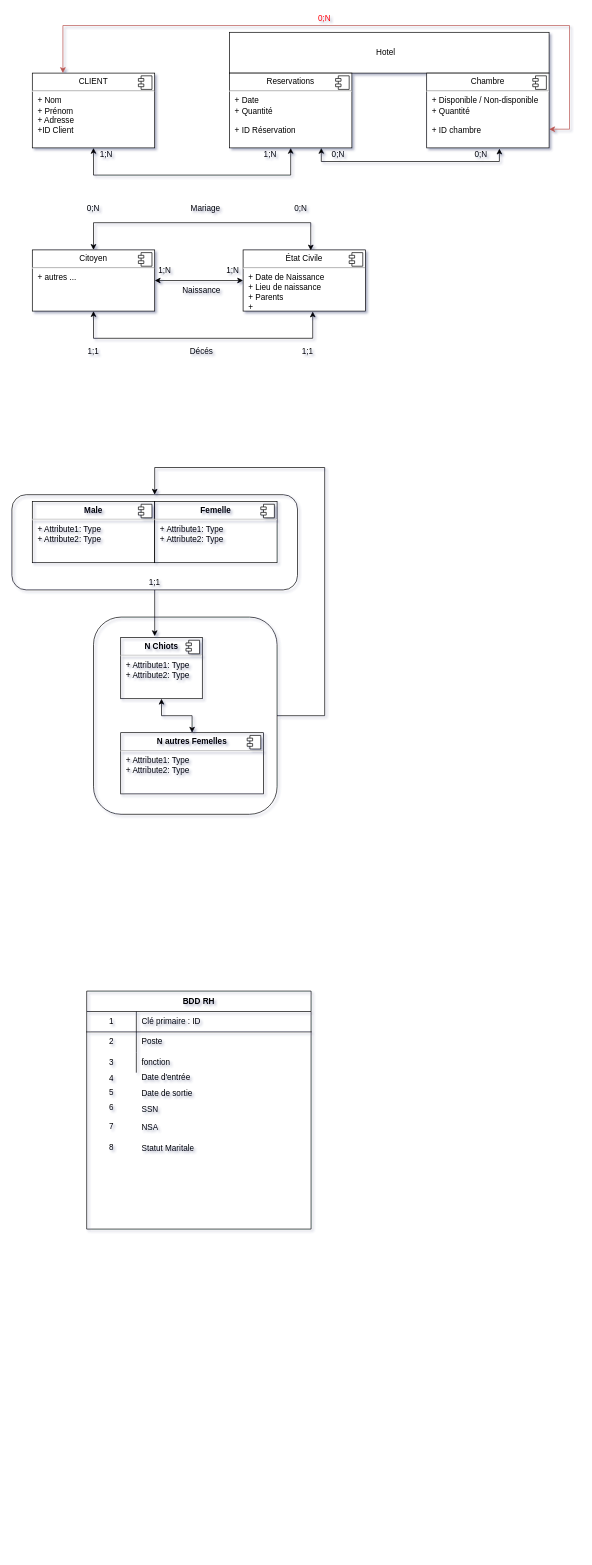
This is Untitled Diagram.drawio from Spirulineman/__FOAD_1_, a draw.io file, before an edit. Source tidied: cells renumbered, new cells numbered last; positions are measured from the earlier drawing's top-left corner, leaving out a move shared by most shapes. Both pictures are drawn from the tidied source at 68%, with x=0, y=0 at pixel (12, 12).
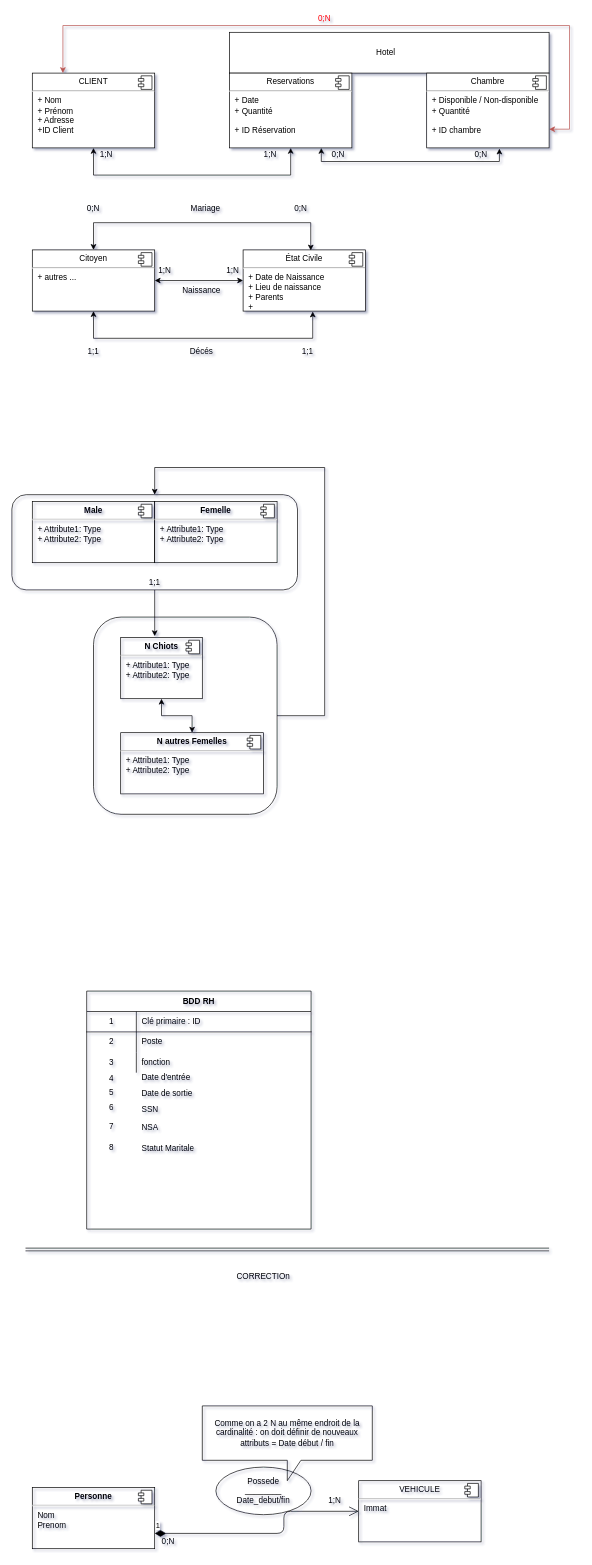
The same diagram, later.

Diff of the diagram source:
```diff
@@
+    <mxCell id="69" value="&lt;p style=&quot;margin: 0px ; margin-top: 6px ; text-align: center&quot;&gt;&lt;b&gt;Personne&lt;/b&gt;&lt;/p&gt;&lt;hr&gt;&lt;p style=&quot;margin: 0px ; margin-left: 8px&quot;&gt;Nom&lt;br&gt;Prenom&lt;/p&gt;" style="align=left;overflow=fill;html=1;fillColor=none;" parent="1" vertex="1">
+      <mxGeometry x="30" y="2170" width="180" height="90" as="geometry" />
+    </mxCell>
+    <mxCell id="70" style="shape=component;jettyWidth=8;jettyHeight=4;" parent="69" vertex="1">
+      <mxGeometry x="1" width="20" height="20" relative="1" as="geometry">
+        <mxPoint x="-24" y="4" as="offset" />
+      </mxGeometry>
+    </mxCell>
+    <mxCell id="71" value="&lt;p style=&quot;margin: 0px ; margin-top: 6px ; text-align: center&quot;&gt;VEHICULE&lt;/p&gt;&lt;hr&gt;&lt;p style=&quot;margin: 0px ; margin-left: 8px&quot;&gt;Immat&lt;/p&gt;" style="align=left;overflow=fill;html=1;fillColor=none;" parent="1" vertex="1">
+      <mxGeometry x="510" y="2160" width="180" height="90" as="geometry" />
+    </mxCell>
+    <mxCell id="72" style="shape=component;jettyWidth=8;jettyHeight=4;" parent="71" vertex="1">
+      <mxGeometry x="1" width="20" height="20" relative="1" as="geometry">
+        <mxPoint x="-24" y="4" as="offset" />
+      </mxGeometry>
+    </mxCell>
+    <mxCell id="73" value="&lt;div&gt;Possede&lt;/div&gt;&lt;div&gt;________&lt;/div&gt;&lt;div&gt;Date_debut/fin&lt;br&gt;&lt;/div&gt;" style="ellipse;whiteSpace=wrap;html=1;fillColor=none;" parent="1" vertex="1">
+      <mxGeometry x="300" y="2140" width="140" height="70" as="geometry" />
+    </mxCell>
+    <mxCell id="74" value="1" style="endArrow=open;html=1;endSize=12;startArrow=diamondThin;startSize=14;startFill=1;edgeStyle=orthogonalEdgeStyle;align=left;verticalAlign=bottom;entryX=0;entryY=0.5;entryDx=0;entryDy=0;exitX=1;exitY=0.75;exitDx=0;exitDy=0;" parent="1" edge="1" source="69" target="71">
+      <mxGeometry x="-1" y="3" relative="1" as="geometry">
+        <Array as="points">
+          <mxPoint x="400" y="2238" />
+          <mxPoint x="400" y="2205" />
+        </Array>
+      </mxGeometry>
+    </mxCell>
+    <mxCell id="75" value="0;N" style="text;html=1;strokeColor=none;fillColor=none;align=center;verticalAlign=middle;whiteSpace=wrap;rounded=0;" parent="1" vertex="1">
+      <mxGeometry x="145" y="2240" width="170" height="20" as="geometry" />
+    </mxCell>
+    <mxCell id="76" value="1;N" style="text;html=1;strokeColor=none;fillColor=none;align=center;verticalAlign=middle;whiteSpace=wrap;rounded=0;" parent="1" vertex="1">
+      <mxGeometry x="390" y="2180" width="170" height="20" as="geometry" />
+    </mxCell>
+    <mxCell id="77" style="shape=link;html=1;startArrow=none;startFill=0;" parent="1" edge="1">
+      <mxGeometry relative="1" as="geometry">
+        <mxPoint x="20" y="1820" as="sourcePoint" />
+        <mxPoint x="790" y="1820" as="targetPoint" />
+      </mxGeometry>
+    </mxCell>
+    <mxCell id="78" value="CORRECTIOn" style="text;html=1;strokeColor=none;fillColor=none;align=center;verticalAlign=middle;whiteSpace=wrap;rounded=0;" parent="1" vertex="1">
+      <mxGeometry x="350" y="1850" width="40" height="20" as="geometry" />
+    </mxCell>
+    <mxCell id="79" value="Comme on a 2 N au même endroit de la cardinalité : on doit définir de nouveaux attributs = Date début / fin" style="shape=callout;whiteSpace=wrap;html=1;perimeter=calloutPerimeter;fillColor=none;" parent="1" vertex="1">
+      <mxGeometry x="280" y="2050" width="250" height="110" as="geometry" />
+    </mxCell>
```
